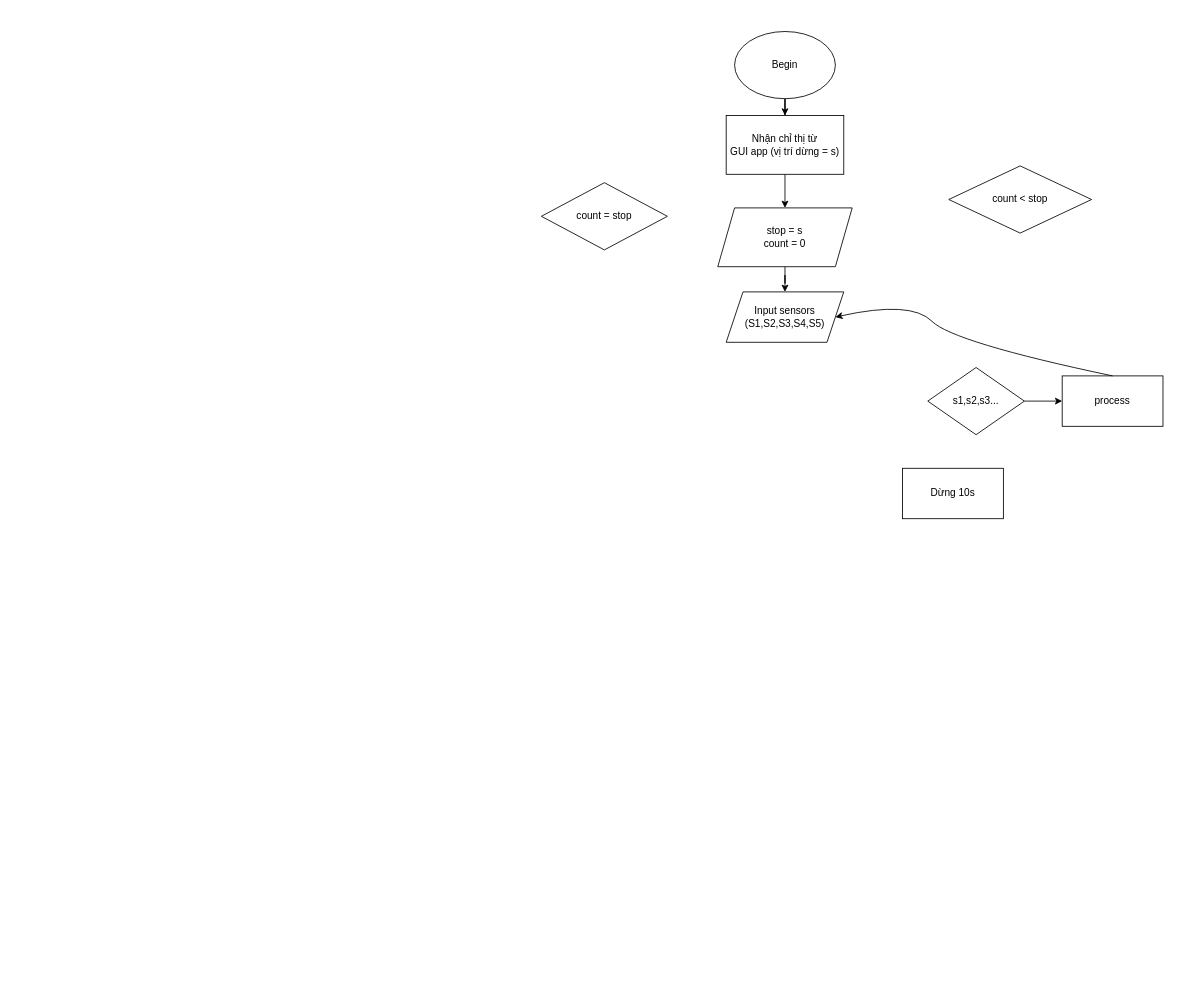
Earlier version of the draw.io diagram Untitled Diagram.drawio (manhph2211/Line-Follower-Robot). Source tidied: cells renumbered, new cells numbered last; positions are measured from the earlier drawing's top-left corner, leaving out a move shared by most shapes. Both pictures are drawn from the tidied source at 84%, with x=0, y=0 at pixel (541, 31).
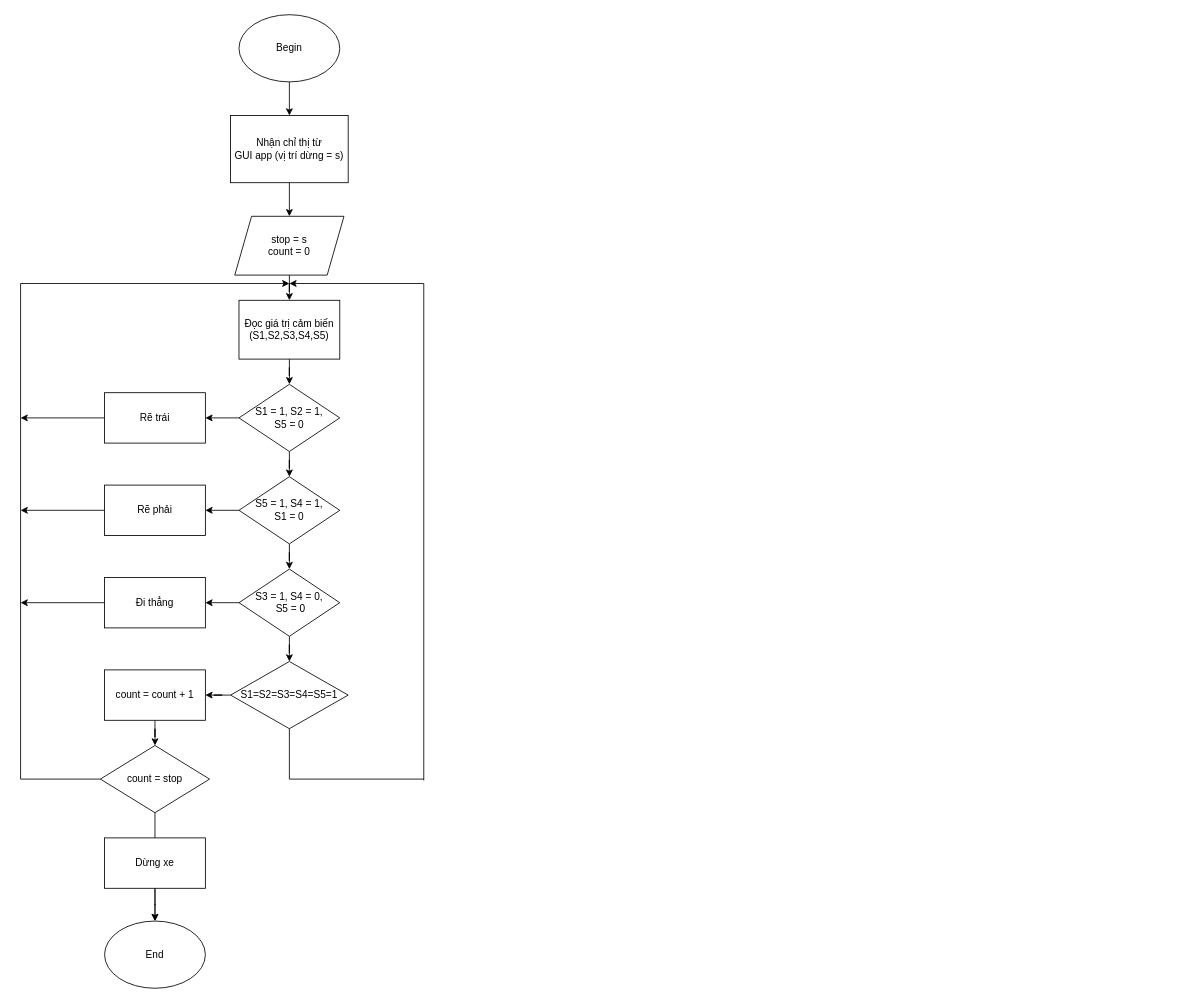
Above is the later version.

The edit, as a diff of the source:
```diff
@@
     <mxCell id="3" value="Begin" style="ellipse;whiteSpace=wrap;html=1;" parent="1" vertex="1">
-      <mxGeometry x="230" width="120" height="80" as="geometry" />
+      <mxGeometry x="-360" y="-20" width="120" height="80" as="geometry" />
     </mxCell>
-    <mxCell id="4" style="edgeStyle=orthogonalEdgeStyle;rounded=0;jettySize=auto;html=1;" parent="1" edge="1" source="5" target="9">
-      <mxGeometry relative="1" as="geometry" />
-    </mxCell>
+    <mxCell id="16" style="edgeStyle=orthogonalEdgeStyle;rounded=0;jettySize=auto;html=1;" parent="1" edge="1" source="5" target="22">
+      <mxGeometry relative="1" as="geometry" />
+    </mxCell>
     <mxCell id="5" value="stop = s&lt;br&gt;count = 0" style="shape=parallelogram;perimeter=parallelogramPerimeter;whiteSpace=wrap;html=1;fixedSize=1;" parent="1" vertex="1">
-      <mxGeometry x="210" y="210" width="160" height="70" as="geometry" />
+      <mxGeometry x="-365" y="220" width="130" height="70" as="geometry" />
     </mxCell>
@@
     <mxCell id="7" value="&lt;span&gt;Nhận chỉ thị từ&lt;/span&gt;&lt;br&gt;&lt;span&gt;GUI app (vị trí dừng = s)&lt;/span&gt;" style="rounded=0;whiteSpace=wrap;html=1;" parent="1" vertex="1">
-      <mxGeometry x="220" y="100" width="140" height="70" as="geometry" />
+      <mxGeometry x="-370" y="100" width="140" height="80" as="geometry" />
     </mxCell>
-    <mxCell id="8" value="count &amp;lt; stop" style="rhombus;whiteSpace=wrap;html=1;" parent="1" vertex="1">
-      <mxGeometry x="485" y="160" width="170" height="80" as="geometry" />
-    </mxCell>
-    <mxCell id="9" value="Input sensors&lt;br&gt;(S1,S2,S3,S4,S5)" style="shape=parallelogram;perimeter=parallelogramPerimeter;whiteSpace=wrap;html=1;fixedSize=1;" parent="1" vertex="1">
-      <mxGeometry x="220" y="310" width="140" height="60" as="geometry" />
-    </mxCell>
-    <mxCell id="10" style="edgeStyle=orthogonalEdgeStyle;rounded=0;jettySize=auto;html=1;" parent="1" edge="1" source="11" target="13">
-      <mxGeometry relative="1" as="geometry" />
-    </mxCell>
-    <mxCell id="11" value="s1,s2,s3..." style="rhombus;whiteSpace=wrap;html=1;" parent="1" vertex="1">
-      <mxGeometry x="460" y="400" width="115" height="80" as="geometry" />
-    </mxCell>
+    <mxCell id="17" style="edgeStyle=orthogonalEdgeStyle;rounded=0;jettySize=auto;html=1;" parent="1" edge="1" source="19" target="20">
+      <mxGeometry relative="1" as="geometry" />
+    </mxCell>
+    <mxCell id="18" style="edgeStyle=orthogonalEdgeStyle;rounded=0;jettySize=auto;html=1;" parent="1" edge="1" source="19" target="25">
+      <mxGeometry relative="1" as="geometry" />
+    </mxCell>
+    <mxCell id="19" value="S1 = 1, S2 = 1,&lt;br&gt;S5 = 0" style="rhombus;whiteSpace=wrap;html=1;" parent="1" vertex="1">
+      <mxGeometry x="-360" y="420" width="120" height="80" as="geometry" />
+    </mxCell>
+    <mxCell id="20" value="Rẽ trái" style="rounded=0;whiteSpace=wrap;html=1;" parent="1" vertex="1">
+      <mxGeometry x="-520" y="430" width="120" height="60" as="geometry" />
+    </mxCell>
+    <mxCell id="21" style="edgeStyle=orthogonalEdgeStyle;rounded=0;jettySize=auto;html=1;" parent="1" edge="1" source="22" target="19">
+      <mxGeometry relative="1" as="geometry" />
+    </mxCell>
+    <mxCell id="22" value="&lt;span&gt;Đọc giá trị cảm biến&lt;/span&gt;&lt;br&gt;&lt;span&gt;(S1,S2,S3,S4,S5)&lt;/span&gt;" style="rounded=0;whiteSpace=wrap;html=1;" parent="1" vertex="1">
+      <mxGeometry x="-360" y="320" width="120" height="70" as="geometry" />
+    </mxCell>
+    <mxCell id="23" style="edgeStyle=orthogonalEdgeStyle;rounded=0;jettySize=auto;html=1;" parent="1" edge="1" source="25" target="26">
+      <mxGeometry relative="1" as="geometry" />
+    </mxCell>
+    <mxCell id="24" style="edgeStyle=orthogonalEdgeStyle;rounded=0;jettySize=auto;html=1;" parent="1" edge="1" source="25" target="29">
+      <mxGeometry relative="1" as="geometry" />
+    </mxCell>
+    <mxCell id="25" value="S5 = 1, S4 = 1,&lt;br&gt;S1 = 0" style="rhombus;whiteSpace=wrap;html=1;" parent="1" vertex="1">
+      <mxGeometry x="-360" y="530" width="120" height="80" as="geometry" />
+    </mxCell>
+    <mxCell id="26" value="Rẽ phải" style="rounded=0;whiteSpace=wrap;html=1;" parent="1" vertex="1">
+      <mxGeometry x="-520" y="540" width="120" height="60" as="geometry" />
+    </mxCell>
+    <mxCell id="27" style="edgeStyle=orthogonalEdgeStyle;rounded=0;jettySize=auto;html=1;" parent="1" edge="1" source="29" target="30">
+      <mxGeometry relative="1" as="geometry" />
+    </mxCell>
+    <mxCell id="28" style="edgeStyle=orthogonalEdgeStyle;rounded=0;jettySize=auto;html=1;" parent="1" edge="1" source="29" target="32">
+      <mxGeometry relative="1" as="geometry" />
+    </mxCell>
+    <mxCell id="29" value="S3 = 1, S4 = 0,&lt;br&gt;&amp;nbsp;S5 = 0" style="rhombus;whiteSpace=wrap;html=1;" parent="1" vertex="1">
+      <mxGeometry x="-360" y="640" width="120" height="80" as="geometry" />
+    </mxCell>
+    <mxCell id="30" value="Đi thẳng" style="rounded=0;whiteSpace=wrap;html=1;" parent="1" vertex="1">
+      <mxGeometry x="-520" y="650" width="120" height="60" as="geometry" />
+    </mxCell>
+    <mxCell id="31" style="edgeStyle=orthogonalEdgeStyle;rounded=0;jettySize=auto;html=1;" parent="1" edge="1" source="32" target="38">
+      <mxGeometry relative="1" as="geometry" />
+    </mxCell>
+    <mxCell id="32" value="S1=S2=S3=S4=S5=1" style="rhombus;whiteSpace=wrap;html=1;" parent="1" vertex="1">
+      <mxGeometry x="-370" y="750" width="140" height="80" as="geometry" />
+    </mxCell>
+    <mxCell id="33" style="edgeStyle=orthogonalEdgeStyle;rounded=0;jettySize=auto;html=1;" parent="1" edge="1" source="12" target="36">
+      <mxGeometry relative="1" as="geometry" />
+    </mxCell>
     <mxCell id="12" value="count = stop" style="rhombus;whiteSpace=wrap;html=1;" parent="1" vertex="1">
-      <mxGeometry y="180" width="150" height="80" as="geometry" />
+      <mxGeometry x="-525" y="850" width="130" height="80" as="geometry" />
     </mxCell>
-    <mxCell id="13" value="process" style="rounded=0;whiteSpace=wrap;html=1;" parent="1" vertex="1">
-      <mxGeometry x="620" y="410" width="120" height="60" as="geometry" />
-    </mxCell>
-    <mxCell id="14" style="curved=1;endArrow=classic;html=1;exitX=0.5;exitY=0;exitDx=0;exitDy=0;entryX=1;entryY=0.5;entryDx=0;entryDy=0;" parent="1" edge="1" source="13" target="9">
-      <mxGeometry relative="1" as="geometry">
-        <Array as="points">
-          <mxPoint x="490" y="370" />
-          <mxPoint x="440" y="320" />
-        </Array>
-      </mxGeometry>
-    </mxCell>
-    <mxCell id="15" value="Dừng 10s" style="rounded=0;whiteSpace=wrap;html=1;" parent="1" vertex="1">
-      <mxGeometry x="430" y="520" width="120" height="60" as="geometry" />
-    </mxCell>
+    <mxCell id="34" style="edgeStyle=orthogonalEdgeStyle;rounded=0;jettySize=auto;html=1;" parent="1" edge="1" source="35" target="36">
+      <mxGeometry relative="1" as="geometry" />
+    </mxCell>
+    <mxCell id="35" value="Dừng xe" style="rounded=0;whiteSpace=wrap;html=1;" parent="1" vertex="1">
+      <mxGeometry x="-520" y="960" width="120" height="60" as="geometry" />
+    </mxCell>
+    <mxCell id="36" value="End&lt;br&gt;" style="ellipse;whiteSpace=wrap;html=1;" parent="1" vertex="1">
+      <mxGeometry x="-520" y="1059" width="120" height="80" as="geometry" />
+    </mxCell>
+    <mxCell id="37" style="edgeStyle=orthogonalEdgeStyle;rounded=0;jettySize=auto;html=1;" parent="1" edge="1" source="38" target="12">
+      <mxGeometry relative="1" as="geometry" />
+    </mxCell>
+    <mxCell id="38" value="count = count + 1" style="rounded=0;whiteSpace=wrap;html=1;" parent="1" vertex="1">
+      <mxGeometry x="-520" y="760" width="120" height="60" as="geometry" />
+    </mxCell>
+    <mxCell id="39" style="endArrow=none;html=1;exitX=0;exitY=0.5;exitDx=0;exitDy=0;" parent="1" edge="1" source="12">
+      <mxGeometry relative="1" as="geometry">
+        <mxPoint x="-620" y="890" as="targetPoint" />
+      </mxGeometry>
+    </mxCell>
+    <mxCell id="40" style="endArrow=none;html=1;entryX=0.5;entryY=1;entryDx=0;entryDy=0;" parent="1" edge="1" target="32">
+      <mxGeometry relative="1" as="geometry">
+        <mxPoint x="-300" y="890" as="sourcePoint" />
+      </mxGeometry>
+    </mxCell>
+    <mxCell id="41" style="endArrow=none;html=1;" parent="1" edge="1">
+      <mxGeometry relative="1" as="geometry">
+        <mxPoint x="-300" y="890" as="sourcePoint" />
+        <mxPoint x="-140" y="890" as="targetPoint" />
+      </mxGeometry>
+    </mxCell>
+    <mxCell id="42" style="endArrow=classic;html=1;" parent="1" edge="1">
+      <mxGeometry relative="1" as="geometry">
+        <mxPoint x="-620" y="300" as="sourcePoint" />
+        <mxPoint x="-300" y="300" as="targetPoint" />
+      </mxGeometry>
+    </mxCell>
+    <mxCell id="43" style="endArrow=none;html=1;" parent="1" edge="1">
+      <mxGeometry relative="1" as="geometry">
+        <mxPoint x="-620" y="890" as="sourcePoint" />
+        <mxPoint x="-620" y="300" as="targetPoint" />
+      </mxGeometry>
+    </mxCell>
+    <mxCell id="44" style="endArrow=classic;html=1;exitX=0;exitY=0.5;exitDx=0;exitDy=0;" parent="1" edge="1" source="20">
+      <mxGeometry relative="1" as="geometry">
+        <mxPoint x="-620" y="460" as="targetPoint" />
+      </mxGeometry>
+    </mxCell>
+    <mxCell id="45" style="endArrow=classic;html=1;exitX=0;exitY=0.5;exitDx=0;exitDy=0;" parent="1" edge="1" source="26">
+      <mxGeometry relative="1" as="geometry">
+        <mxPoint x="-620" y="570" as="targetPoint" />
+      </mxGeometry>
+    </mxCell>
+    <mxCell id="46" style="endArrow=classic;html=1;exitX=0;exitY=0.5;exitDx=0;exitDy=0;" parent="1" edge="1" source="30">
+      <mxGeometry relative="1" as="geometry">
+        <mxPoint x="-620" y="680" as="targetPoint" />
+      </mxGeometry>
+    </mxCell>
+    <mxCell id="47" style="endArrow=none;html=1;" parent="1" edge="1">
+      <mxGeometry relative="1" as="geometry">
+        <mxPoint x="-140" y="891.6" as="sourcePoint" />
+        <mxPoint x="-140" y="300" as="targetPoint" />
+      </mxGeometry>
+    </mxCell>
+    <mxCell id="48" style="endArrow=classic;html=1;" parent="1" edge="1">
+      <mxGeometry relative="1" as="geometry">
+        <mxPoint x="-140" y="300" as="sourcePoint" />
+        <mxPoint x="-300" y="300" as="targetPoint" />
+      </mxGeometry>
+    </mxCell>
```
